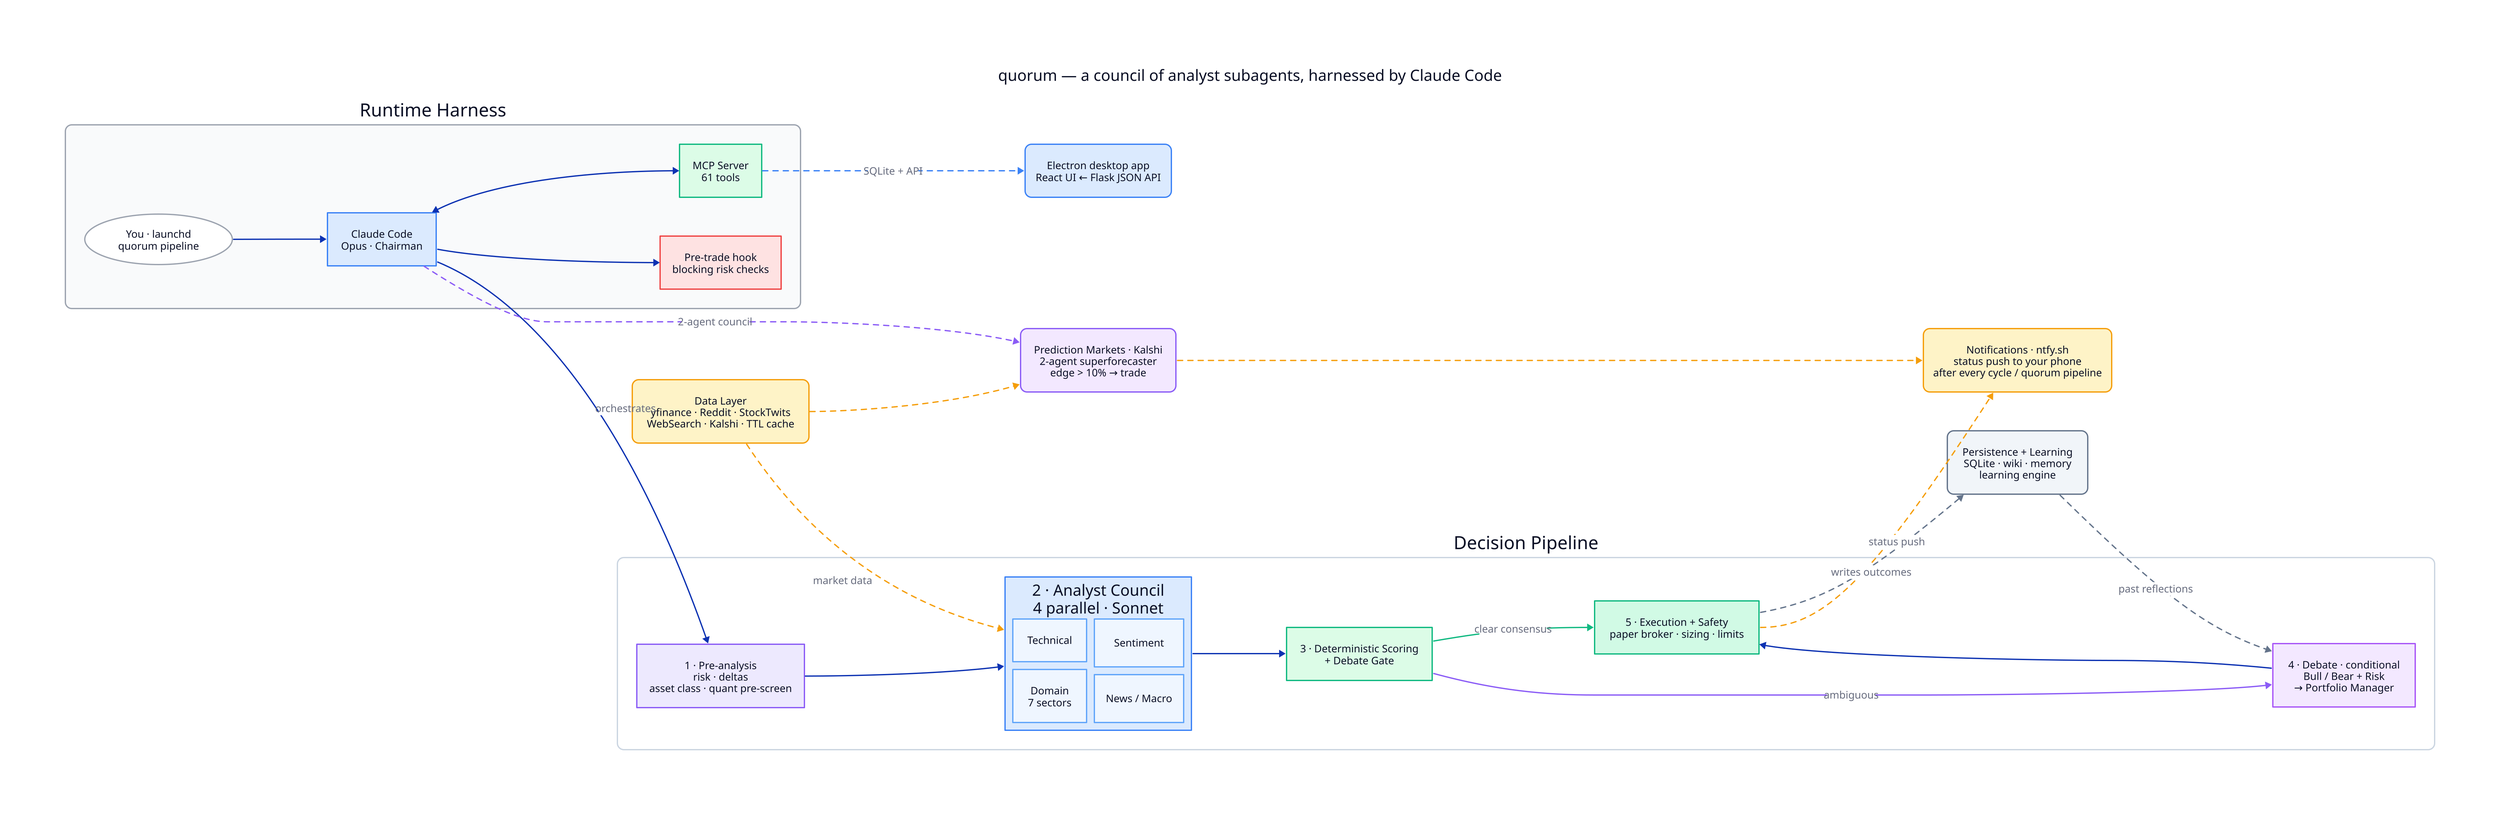
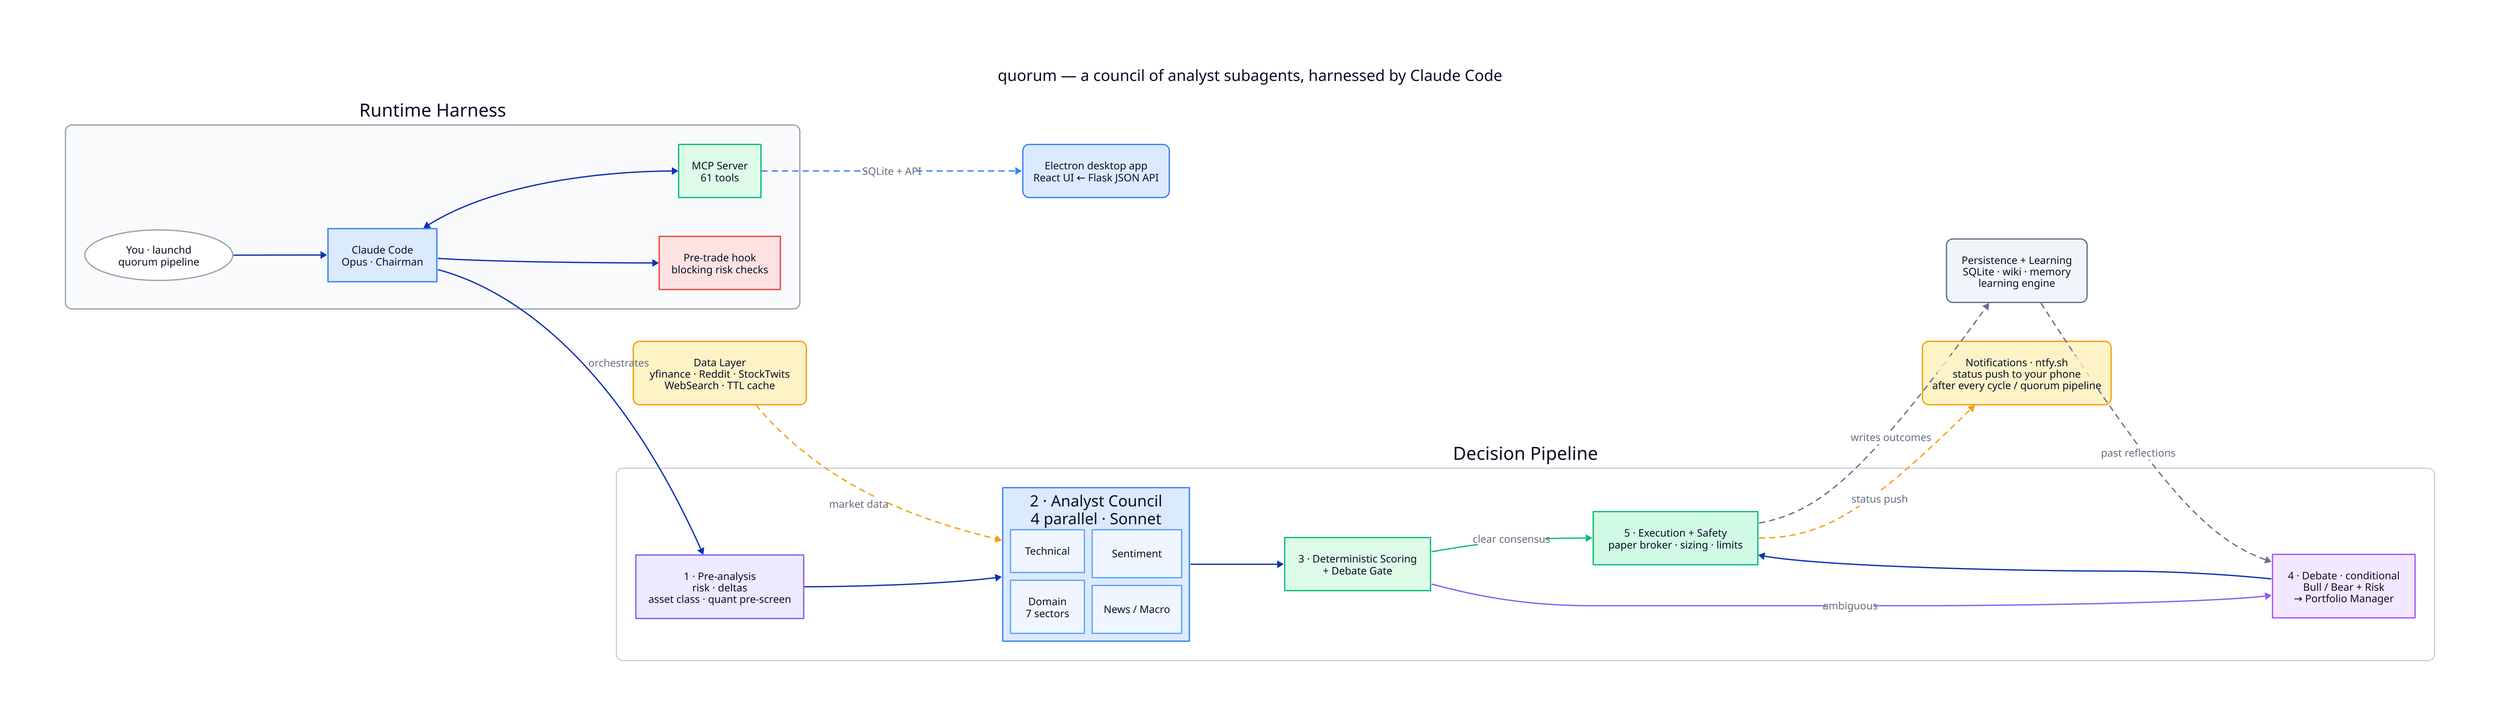
# quorum — high-level architecture (overview).
# Dense per-component detail lives in architecture-detailed.d2.

direction: right

title: quorum — a council of analyst subagents, harnessed by Claude Code {
  near: top-center
  shape: text
  style.font-size: 24
  style.bold: true
}

# ──────────────────────────────────────────────
# RUNTIME HARNESS
# ──────────────────────────────────────────────
harness: Runtime Harness {
  style: {fill: "#f9fafb"; stroke: "#9ca3af"; border-radius: 10}

  trigger: You · launchd\nquorum pipeline {
    shape: oval
    style: {fill: "#ffffff"; stroke: "#9ca3af"}
  }
  claude: Claude Code\nOpus · Chairman {
    style: {fill: "#dbeafe"; stroke: "#3b82f6"; bold: true}
  }
  mcp: MCP Server\n61 tools {
    style: {fill: "#dcfce7"; stroke: "#10b981"}
  }
  hooks: Pre-trade hook\nblocking risk checks {
    style: {fill: "#fee2e2"; stroke: "#ef4444"}
  }

  trigger -> claude
  claude <-> mcp
  claude -> hooks
}

# ──────────────────────────────────────────────
# DECISION PIPELINE (the council)
# ──────────────────────────────────────────────
pipeline: Decision Pipeline {
  style: {fill: "#ffffff"; stroke: "#cbd5e1"; border-radius: 10}

  pre: 1 · Pre-analysis\nrisk · deltas\nasset class · quant pre-screen {
    style: {fill: "#ede9fe"; stroke: "#8b5cf6"}
  }

  council: 2 · Analyst Council\n4 parallel · Sonnet {
    style: {fill: "#dbeafe"; stroke: "#3b82f6"}
    grid-columns: 2
    grid-gap: 12

    a_tech: Technical {style: {fill: "#eff6ff"; stroke: "#60a5fa"}}
    a_domain: Domain\n7 sectors {style: {fill: "#eff6ff"; stroke: "#60a5fa"}}
    a_sent: Sentiment {style: {fill: "#eff6ff"; stroke: "#60a5fa"}}
    a_news: News / Macro {style: {fill: "#eff6ff"; stroke: "#60a5fa"}}
  }

  score: 3 · Deterministic Scoring\n+ Debate Gate {
    style: {fill: "#dcfce7"; stroke: "#10b981"}
  }

  debate: 4 · Debate · conditional\nBull / Bear + Risk\n→ Portfolio Manager {
    style: {fill: "#f3e8ff"; stroke: "#a855f7"}
  }

  exec: 5 · Execution + Safety\npaper broker · sizing · limits {
    style: {fill: "#d1fae5"; stroke: "#10b981"; bold: true}
  }

  pre -> council -> score
  score -> exec: clear consensus {style.stroke: "#10b981"}
  score -> debate: ambiguous {style.stroke: "#8b5cf6"}
  debate -> exec
}

# ──────────────────────────────────────────────
# SUPPORTING LAYERS
# ──────────────────────────────────────────────
- data: Data Layer\nyfinance · Reddit · StockTwits\nWebSearch · Kalshi · TTL cache {
+ data: Data Layer\nyfinance · Reddit · StockTwits\nWebSearch · TTL cache {
  style: {fill: "#fef3c7"; stroke: "#f59e0b"; border-radius: 10}
}

persist: Persistence + Learning\nSQLite · wiki · memory\nlearning engine {
  style: {fill: "#f1f5f9"; stroke: "#64748b"; border-radius: 10}
}

ui: Electron desktop app\nReact UI ← Flask JSON API {
  style: {fill: "#dbeafe"; stroke: "#3b82f6"; border-radius: 10}
- }
- 
- kalshi: Prediction Markets · Kalshi\n2-agent superforecaster\nedge > 10% → trade {
-   style: {fill: "#f3e8ff"; stroke: "#8b5cf6"; border-radius: 10}
}

notify: Notifications · ntfy.sh\nstatus push to your phone\nafter every cycle / quorum pipeline {
  style: {fill: "#fef3c7"; stroke: "#f59e0b"; border-radius: 10}
}

# ── cross-layer flow ──
harness.claude -> pipeline.pre: orchestrates
data -> pipeline.council: market data {style.stroke-dash: 4; style.stroke: "#f59e0b"}
pipeline.exec -> persist: writes outcomes {style.stroke-dash: 4; style.stroke: "#64748b"}
persist -> pipeline.debate: past reflections {style.stroke-dash: 4; style.stroke: "#64748b"}
harness.mcp -> ui: SQLite + API {style.stroke-dash: 4; style.stroke: "#3b82f6"}
- harness.claude -> kalshi: 2-agent council {style.stroke-dash: 4; style.stroke: "#8b5cf6"}
- data -> kalshi {style.stroke-dash: 4; style.stroke: "#f59e0b"}
pipeline.exec -> notify: status push {style.stroke-dash: 4; style.stroke: "#f59e0b"}
- kalshi -> notify {style.stroke-dash: 4; style.stroke: "#f59e0b"}
